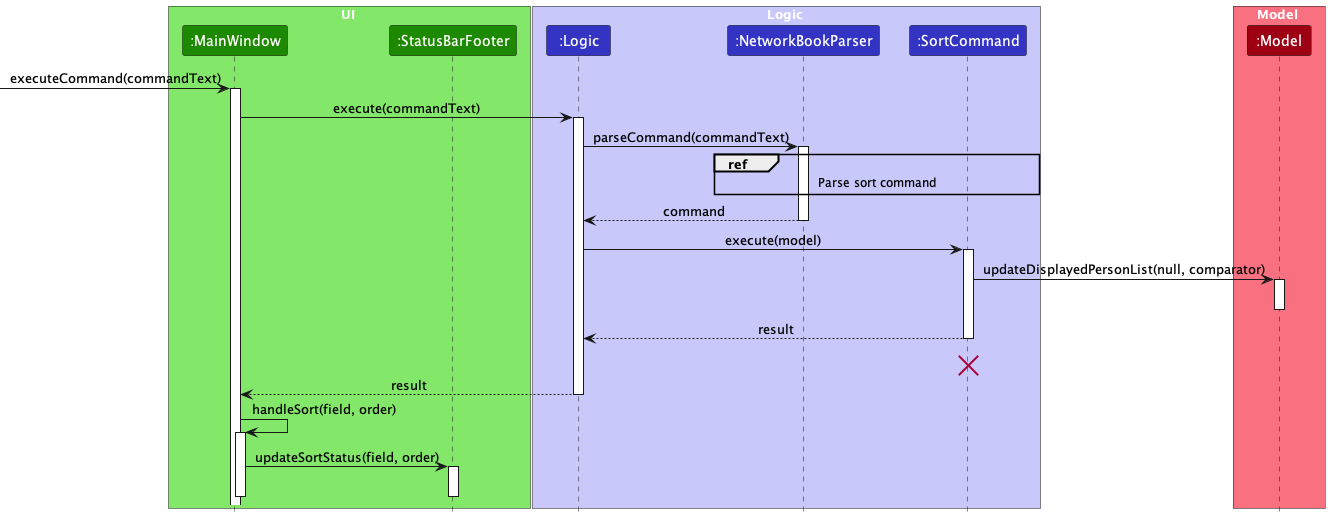
Above: docs/images/SortingSequenceDiagram.png in nus-cs2103-AY2324S1/tp (PlantUML), before the change.
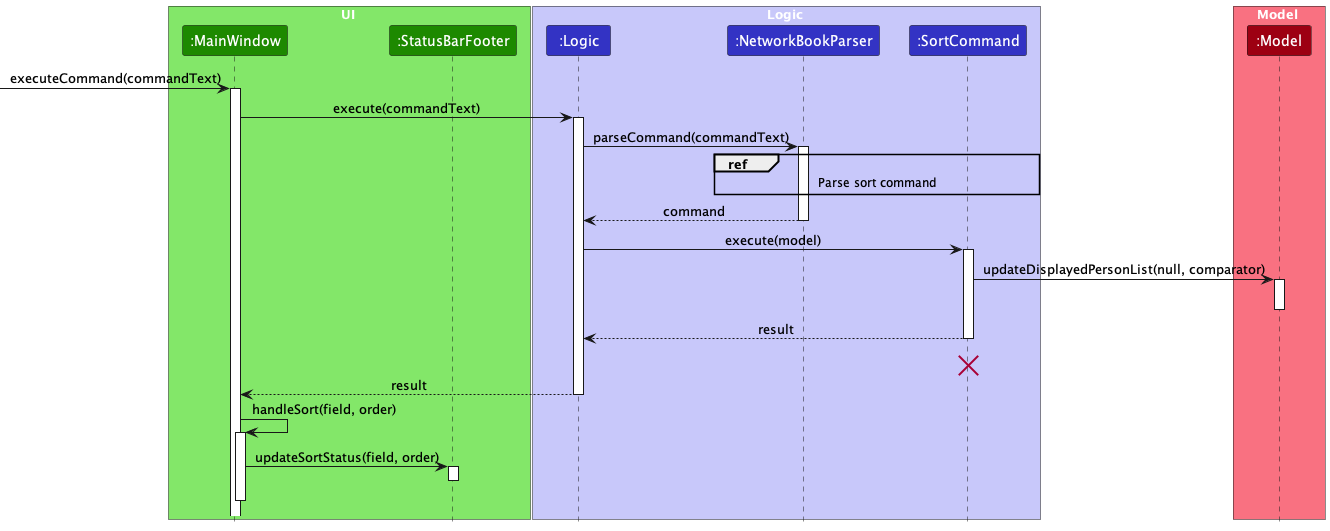
Above is the later version.

Commit message:
Rerender puml diagrams

Change to the diagram source:
```diff
@@ -53,8 +53,11 @@
 
 mainWindow -> statusBar : updateSortStatus(field, order)
 activate statusBar
+
+statusBar -[hidden]-> mainWindow
 deactivate statusBar
 
+mainWindow -[hidden]-> mainWindow
 deactivate mainWindow
 
 @enduml
```
